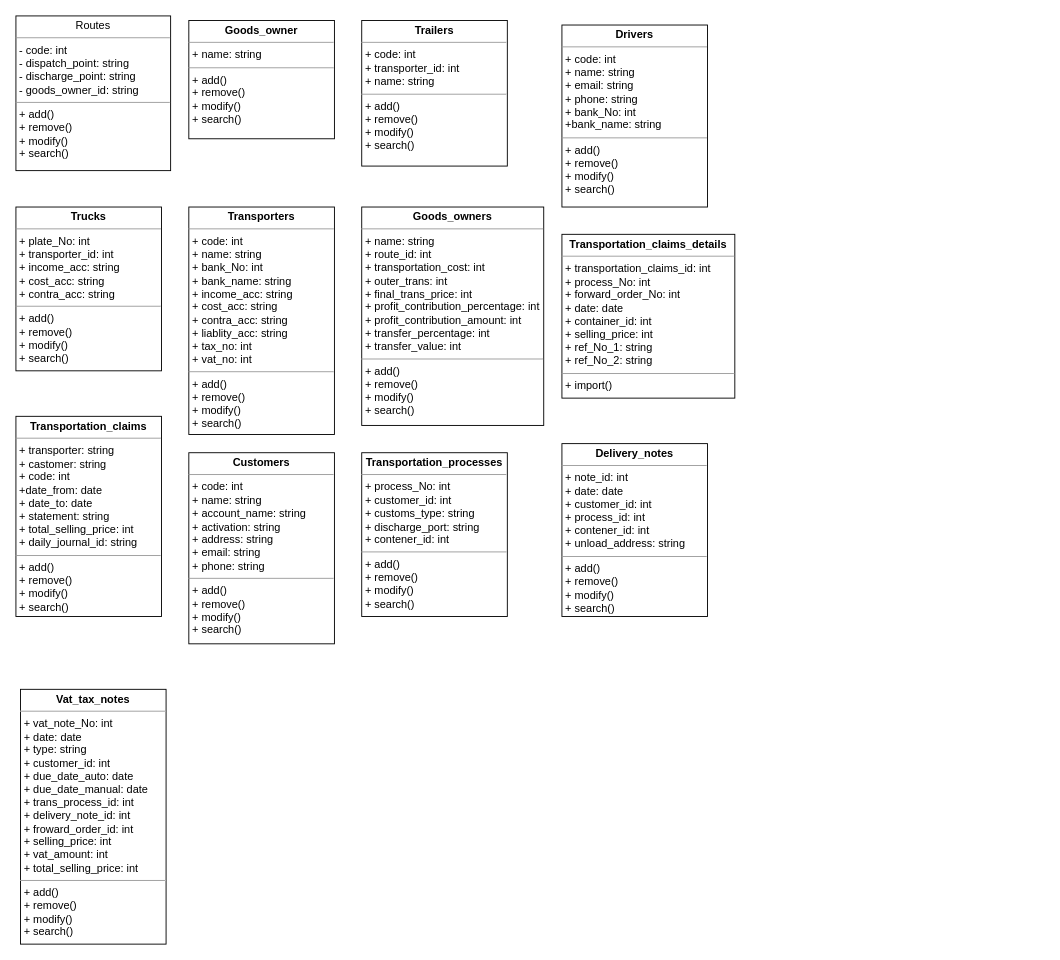
Before: class diagram.drawio in amrawni33/Transfer, a draw.io diagram. Source tidied: cells renumbered, new cells numbered last; positions are measured from the earlier drawing's top-left corner, leaving out a move shared by most shapes. Both pictures are drawn from the tidied source at 91%, with x=0, y=0 at pixel (15, 15).
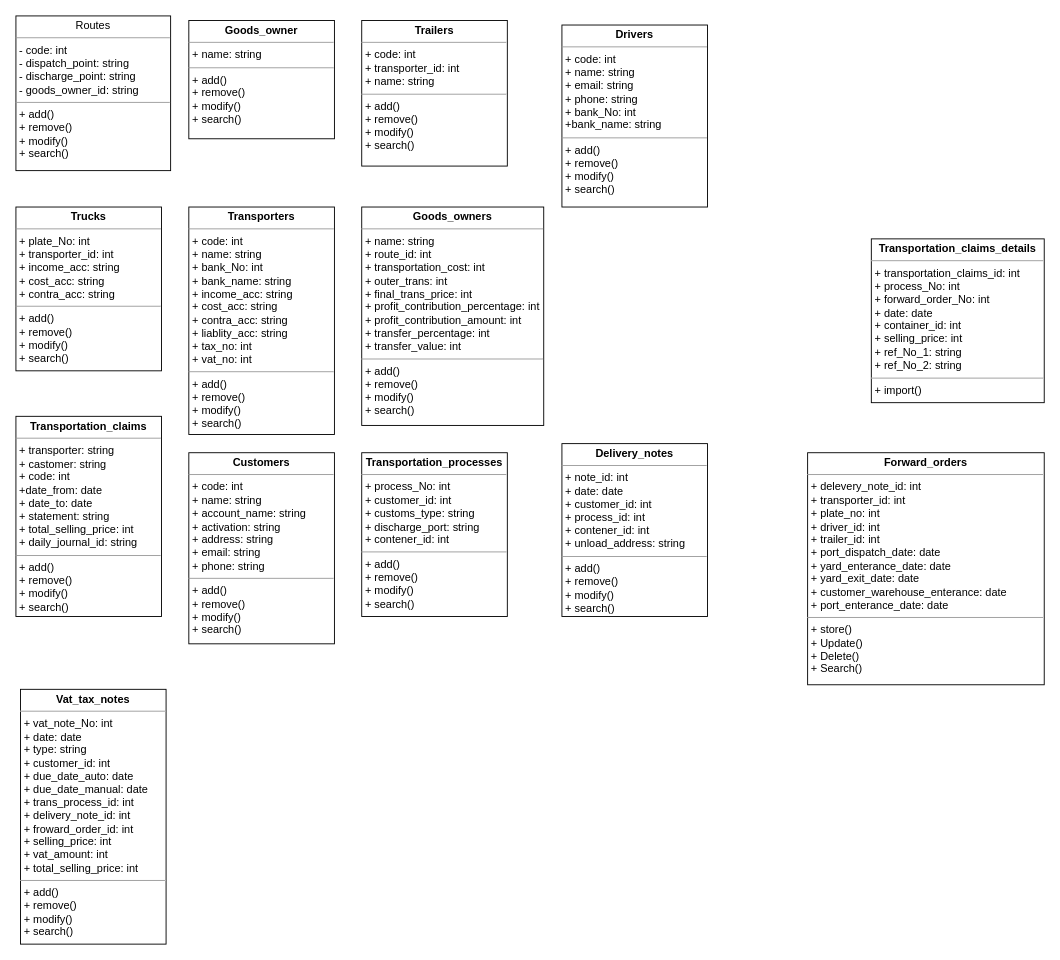
After the change.

Diff of the diagram source:
```diff
@@
 <mxGraphModel>
   <root>
     <mxCell id="0" />
     <mxCell id="1" parent="0" />
     <mxCell id="2" value="&lt;p style=&quot;margin:0px;margin-top:4px;text-align:center;&quot;&gt;Routes&lt;br&gt;&lt;/p&gt;&lt;hr size=&quot;1&quot;&gt;&lt;p style=&quot;margin:0px;margin-left:4px;&quot;&gt;- code: int&lt;/p&gt;&lt;p style=&quot;margin:0px;margin-left:4px;&quot;&gt;- dispatch_point: string&lt;/p&gt;&lt;p style=&quot;margin:0px;margin-left:4px;&quot;&gt;- discharge_point: string&lt;/p&gt;&lt;p style=&quot;margin:0px;margin-left:4px;&quot;&gt;- goods_owner_id: string&lt;/p&gt;&lt;hr size=&quot;1&quot;&gt;&lt;p style=&quot;margin:0px;margin-left:4px;&quot;&gt;+ add()&lt;/p&gt;&lt;p style=&quot;margin:0px;margin-left:4px;&quot;&gt;+ remove()&lt;/p&gt;&lt;p style=&quot;margin:0px;margin-left:4px;&quot;&gt;+ modify()&lt;/p&gt;&lt;p style=&quot;margin:0px;margin-left:4px;&quot;&gt;+ search()&lt;/p&gt;" style="verticalAlign=top;align=left;overflow=fill;fontSize=12;fontFamily=Helvetica;html=1;whiteSpace=wrap;" parent="1" vertex="1">
       <mxGeometry width="170" height="170" as="geometry" />
     </mxCell>
     <mxCell id="3" value="&lt;p style=&quot;margin:0px;margin-top:4px;text-align:center;&quot;&gt;&lt;b&gt;Goods_owner&lt;/b&gt;&lt;/p&gt;&lt;hr size=&quot;1&quot;&gt;&lt;p style=&quot;margin:0px;margin-left:4px;&quot;&gt;+ name: string&lt;/p&gt;&lt;hr size=&quot;1&quot;&gt;&lt;p style=&quot;margin:0px;margin-left:4px;&quot;&gt;+ add()&lt;/p&gt;&lt;p style=&quot;margin:0px;margin-left:4px;&quot;&gt;+ remove()&lt;/p&gt;&lt;p style=&quot;margin:0px;margin-left:4px;&quot;&gt;+ modify()&lt;/p&gt;&lt;p style=&quot;margin:0px;margin-left:4px;&quot;&gt;+ search()&lt;/p&gt;" style="verticalAlign=top;align=left;overflow=fill;fontSize=12;fontFamily=Helvetica;html=1;whiteSpace=wrap;" parent="1" vertex="1">
       <mxGeometry x="190" y="5" width="160" height="130" as="geometry" />
     </mxCell>
     <mxCell id="4" value="&lt;p style=&quot;margin:0px;margin-top:4px;text-align:center;&quot;&gt;&lt;b&gt;Trailers&lt;/b&gt;&lt;/p&gt;&lt;hr size=&quot;1&quot;&gt;&lt;p style=&quot;margin:0px;margin-left:4px;&quot;&gt;+ code: int&lt;/p&gt;&lt;p style=&quot;margin:0px;margin-left:4px;&quot;&gt;+ transporter_id: int&lt;/p&gt;&lt;p style=&quot;margin:0px;margin-left:4px;&quot;&gt;+ name: string&lt;/p&gt;&lt;hr size=&quot;1&quot;&gt;&lt;p style=&quot;margin:0px;margin-left:4px;&quot;&gt;+ add()&lt;/p&gt;&lt;p style=&quot;margin:0px;margin-left:4px;&quot;&gt;+ remove()&lt;/p&gt;&lt;p style=&quot;margin:0px;margin-left:4px;&quot;&gt;+ modify()&lt;/p&gt;&lt;p style=&quot;margin:0px;margin-left:4px;&quot;&gt;+ search()&lt;/p&gt;" style="verticalAlign=top;align=left;overflow=fill;fontSize=12;fontFamily=Helvetica;html=1;whiteSpace=wrap;" parent="1" vertex="1">
       <mxGeometry x="380" y="5" width="160" height="160" as="geometry" />
     </mxCell>
     <mxCell id="5" value="&lt;p style=&quot;margin:0px;margin-top:4px;text-align:center;&quot;&gt;&lt;b&gt;Drivers&lt;/b&gt;&lt;/p&gt;&lt;hr size=&quot;1&quot;&gt;&lt;p style=&quot;margin:0px;margin-left:4px;&quot;&gt;+ code: int&lt;/p&gt;&lt;p style=&quot;margin:0px;margin-left:4px;&quot;&gt;+ name: string&lt;/p&gt;&lt;p style=&quot;margin:0px;margin-left:4px;&quot;&gt;+ email: string&lt;/p&gt;&lt;p style=&quot;margin:0px;margin-left:4px;&quot;&gt;+ phone: string&lt;/p&gt;&lt;p style=&quot;margin:0px;margin-left:4px;&quot;&gt;+ bank_No: int&lt;/p&gt;&lt;p style=&quot;margin:0px;margin-left:4px;&quot;&gt;+bank_name: string&lt;/p&gt;&lt;hr size=&quot;1&quot;&gt;&lt;p style=&quot;border-color: var(--border-color); margin: 0px 0px 0px 4px;&quot;&gt;+ add()&lt;/p&gt;&lt;p style=&quot;border-color: var(--border-color); margin: 0px 0px 0px 4px;&quot;&gt;+ remove()&lt;/p&gt;&lt;p style=&quot;border-color: var(--border-color); margin: 0px 0px 0px 4px;&quot;&gt;+ modify()&lt;/p&gt;&lt;p style=&quot;border-color: var(--border-color); margin: 0px 0px 0px 4px;&quot;&gt;+ search()&lt;/p&gt;" style="verticalAlign=top;align=left;overflow=fill;fontSize=12;fontFamily=Helvetica;html=1;whiteSpace=wrap;" parent="1" vertex="1">
       <mxGeometry x="600" y="10" width="160" height="200" as="geometry" />
     </mxCell>
     <mxCell id="6" value="&lt;p style=&quot;margin:0px;margin-top:4px;text-align:center;&quot;&gt;&lt;b&gt;Trucks&lt;/b&gt;&lt;/p&gt;&lt;hr size=&quot;1&quot;&gt;&lt;p style=&quot;margin:0px;margin-left:4px;&quot;&gt;+ plate_No: int&lt;/p&gt;&lt;p style=&quot;margin:0px;margin-left:4px;&quot;&gt;+ transporter_id: int&lt;/p&gt;&lt;p style=&quot;margin:0px;margin-left:4px;&quot;&gt;+ income_acc: string&lt;/p&gt;&lt;p style=&quot;margin:0px;margin-left:4px;&quot;&gt;+ cost_acc: string&lt;/p&gt;&lt;p style=&quot;margin:0px;margin-left:4px;&quot;&gt;+ contra_acc: string&lt;/p&gt;&lt;hr size=&quot;1&quot;&gt;&lt;p style=&quot;border-color: var(--border-color); margin: 0px 0px 0px 4px;&quot;&gt;+ add()&lt;/p&gt;&lt;p style=&quot;border-color: var(--border-color); margin: 0px 0px 0px 4px;&quot;&gt;+ remove()&lt;/p&gt;&lt;p style=&quot;border-color: var(--border-color); margin: 0px 0px 0px 4px;&quot;&gt;+ modify()&lt;/p&gt;&lt;p style=&quot;border-color: var(--border-color); margin: 0px 0px 0px 4px;&quot;&gt;+ search()&lt;/p&gt;" style="verticalAlign=top;align=left;overflow=fill;fontSize=12;fontFamily=Helvetica;html=1;whiteSpace=wrap;" parent="1" vertex="1">
       <mxGeometry y="210" width="160" height="180" as="geometry" />
     </mxCell>
     <mxCell id="7" value="&lt;p style=&quot;margin:0px;margin-top:4px;text-align:center;&quot;&gt;&lt;b&gt;Transporters&lt;/b&gt;&lt;/p&gt;&lt;hr size=&quot;1&quot;&gt;&lt;p style=&quot;margin:0px;margin-left:4px;&quot;&gt;+ code: int&lt;/p&gt;&lt;p style=&quot;margin:0px;margin-left:4px;&quot;&gt;+ name: string&lt;/p&gt;&lt;p style=&quot;margin:0px;margin-left:4px;&quot;&gt;&lt;span style=&quot;background-color: initial;&quot;&gt;+ bank_No: int&lt;/span&gt;&lt;br&gt;&lt;/p&gt;&lt;p style=&quot;margin:0px;margin-left:4px;&quot;&gt;+ bank_name: string&lt;/p&gt;&lt;p style=&quot;border-color: var(--border-color); margin: 0px 0px 0px 4px;&quot;&gt;+ income_acc: string&lt;/p&gt;&lt;p style=&quot;border-color: var(--border-color); margin: 0px 0px 0px 4px;&quot;&gt;+ cost_acc: string&lt;/p&gt;&lt;p style=&quot;border-color: var(--border-color); margin: 0px 0px 0px 4px;&quot;&gt;+ contra_acc: string&lt;/p&gt;&lt;p style=&quot;border-color: var(--border-color); margin: 0px 0px 0px 4px;&quot;&gt;+ liablity_acc: string&lt;/p&gt;&lt;p style=&quot;border-color: var(--border-color); margin: 0px 0px 0px 4px;&quot;&gt;+ tax_no: int&lt;/p&gt;&lt;p style=&quot;border-color: var(--border-color); margin: 0px 0px 0px 4px;&quot;&gt;+ vat_no: int&lt;/p&gt;&lt;hr size=&quot;1&quot;&gt;&lt;p style=&quot;border-color: var(--border-color); margin: 0px 0px 0px 4px;&quot;&gt;+ add()&lt;/p&gt;&lt;p style=&quot;border-color: var(--border-color); margin: 0px 0px 0px 4px;&quot;&gt;+ remove()&lt;/p&gt;&lt;p style=&quot;border-color: var(--border-color); margin: 0px 0px 0px 4px;&quot;&gt;+ modify()&lt;/p&gt;&lt;p style=&quot;border-color: var(--border-color); margin: 0px 0px 0px 4px;&quot;&gt;+ search()&lt;/p&gt;" style="verticalAlign=top;align=left;overflow=fill;fontSize=12;fontFamily=Helvetica;html=1;whiteSpace=wrap;" parent="1" vertex="1">
       <mxGeometry x="190" y="210" width="160" height="250" as="geometry" />
     </mxCell>
     <mxCell id="8" value="&lt;p style=&quot;margin:0px;margin-top:4px;text-align:center;&quot;&gt;&lt;b&gt;Goods_owners&lt;/b&gt;&lt;/p&gt;&lt;hr size=&quot;1&quot;&gt;&lt;p style=&quot;margin:0px;margin-left:4px;&quot;&gt;+ name: string&lt;/p&gt;&lt;p style=&quot;margin:0px;margin-left:4px;&quot;&gt;+ route_id: int&lt;/p&gt;&lt;p style=&quot;margin:0px;margin-left:4px;&quot;&gt;+ transportation_cost: int&lt;/p&gt;&lt;p style=&quot;margin:0px;margin-left:4px;&quot;&gt;&lt;span style=&quot;background-color: initial;&quot;&gt;+ outer_trans: int&lt;/span&gt;&lt;br&gt;&lt;/p&gt;&lt;p style=&quot;margin:0px;margin-left:4px;&quot;&gt;+ final_trans_price: int&lt;/p&gt;&lt;p style=&quot;border-color: var(--border-color); margin: 0px 0px 0px 4px;&quot;&gt;+ profit_contribution_percentage: int&lt;/p&gt;&lt;p style=&quot;border-color: var(--border-color); margin: 0px 0px 0px 4px;&quot;&gt;+ profit_contribution_amount: int&lt;/p&gt;&lt;p style=&quot;border-color: var(--border-color); margin: 0px 0px 0px 4px;&quot;&gt;+ transfer_percentage: int&lt;/p&gt;&lt;p style=&quot;border-color: var(--border-color); margin: 0px 0px 0px 4px;&quot;&gt;+ transfer_value: int&lt;/p&gt;&lt;hr size=&quot;1&quot;&gt;&lt;p style=&quot;border-color: var(--border-color); margin: 0px 0px 0px 4px;&quot;&gt;+ add()&lt;/p&gt;&lt;p style=&quot;border-color: var(--border-color); margin: 0px 0px 0px 4px;&quot;&gt;+ remove()&lt;/p&gt;&lt;p style=&quot;border-color: var(--border-color); margin: 0px 0px 0px 4px;&quot;&gt;+ modify()&lt;/p&gt;&lt;p style=&quot;border-color: var(--border-color); margin: 0px 0px 0px 4px;&quot;&gt;+ search()&lt;/p&gt;" style="verticalAlign=top;align=left;overflow=fill;fontSize=12;fontFamily=Helvetica;html=1;whiteSpace=wrap;" parent="1" vertex="1">
       <mxGeometry x="380" y="210" width="200" height="240" as="geometry" />
     </mxCell>
     <mxCell id="9" value="&lt;p style=&quot;margin:0px;margin-top:4px;text-align:center;&quot;&gt;&lt;b&gt;Transportation_claims&lt;/b&gt;&lt;/p&gt;&lt;hr size=&quot;1&quot;&gt;&lt;p style=&quot;margin:0px;margin-left:4px;&quot;&gt;+ transporter: string&lt;/p&gt;&lt;p style=&quot;margin:0px;margin-left:4px;&quot;&gt;+ castomer: string&lt;/p&gt;&lt;p style=&quot;margin:0px;margin-left:4px;&quot;&gt;&lt;span style=&quot;background-color: initial;&quot;&gt;+ code: int&lt;/span&gt;&lt;br&gt;&lt;/p&gt;&lt;p style=&quot;margin:0px;margin-left:4px;&quot;&gt;+date_from: date&lt;/p&gt;&lt;p style=&quot;border-color: var(--border-color); margin: 0px 0px 0px 4px;&quot;&gt;+ date_to: date&lt;/p&gt;&lt;p style=&quot;border-color: var(--border-color); margin: 0px 0px 0px 4px;&quot;&gt;+ statement: string&lt;/p&gt;&lt;p style=&quot;border-color: var(--border-color); margin: 0px 0px 0px 4px;&quot;&gt;+ total_selling_price: int&lt;/p&gt;&lt;p style=&quot;border-color: var(--border-color); margin: 0px 0px 0px 4px;&quot;&gt;+ daily_journal_id: string&lt;/p&gt;&lt;hr size=&quot;1&quot;&gt;&lt;p style=&quot;border-color: var(--border-color); margin: 0px 0px 0px 4px;&quot;&gt;+ add()&lt;/p&gt;&lt;p style=&quot;border-color: var(--border-color); margin: 0px 0px 0px 4px;&quot;&gt;+ remove()&lt;/p&gt;&lt;p style=&quot;border-color: var(--border-color); margin: 0px 0px 0px 4px;&quot;&gt;+ modify()&lt;/p&gt;&lt;p style=&quot;border-color: var(--border-color); margin: 0px 0px 0px 4px;&quot;&gt;+ search()&lt;/p&gt;" style="verticalAlign=top;align=left;overflow=fill;fontSize=12;fontFamily=Helvetica;html=1;whiteSpace=wrap;" parent="1" vertex="1">
       <mxGeometry y="440" width="160" height="220" as="geometry" />
     </mxCell>
     <mxCell id="10" value="&lt;p style=&quot;margin:0px;margin-top:4px;text-align:center;&quot;&gt;&lt;b style=&quot;border-color: var(--border-color);&quot;&gt;Transportation_claims_details&lt;/b&gt;&lt;/p&gt;&lt;hr size=&quot;1&quot;&gt;&lt;p style=&quot;margin:0px;margin-left:4px;&quot;&gt;+ t&lt;span style=&quot;border-color: var(--border-color); text-align: center;&quot;&gt;ransportation_claims_id&lt;/span&gt;&lt;span style=&quot;background-color: initial;&quot;&gt;: int&lt;/span&gt;&lt;/p&gt;&lt;p style=&quot;margin:0px;margin-left:4px;&quot;&gt;+ process_No: int&lt;/p&gt;&lt;p style=&quot;margin:0px;margin-left:4px;&quot;&gt;&lt;span style=&quot;background-color: initial;&quot;&gt;+ forward_order_No: int&lt;/span&gt;&lt;br&gt;&lt;/p&gt;&lt;p style=&quot;margin:0px;margin-left:4px;&quot;&gt;+ date: date&lt;/p&gt;&lt;p style=&quot;border-color: var(--border-color); margin: 0px 0px 0px 4px;&quot;&gt;+ container_id: int&lt;/p&gt;&lt;p style=&quot;border-color: var(--border-color); margin: 0px 0px 0px 4px;&quot;&gt;+ selling_price: int&lt;/p&gt;&lt;p style=&quot;border-color: var(--border-color); margin: 0px 0px 0px 4px;&quot;&gt;+ ref_No_1: string&lt;/p&gt;&lt;p style=&quot;border-color: var(--border-color); margin: 0px 0px 0px 4px;&quot;&gt;+ ref_No_2: string&lt;/p&gt;&lt;hr size=&quot;1&quot;&gt;&lt;p style=&quot;border-color: var(--border-color); margin: 0px 0px 0px 4px;&quot;&gt;+ import()&lt;/p&gt;" style="verticalAlign=top;align=left;overflow=fill;fontSize=12;fontFamily=Helvetica;html=1;whiteSpace=wrap;" parent="1" vertex="1">
-      <mxGeometry x="600" y="240" width="190" height="180" as="geometry" />
+      <mxGeometry x="940" y="245" width="190" height="180" as="geometry" />
     </mxCell>
     <mxCell id="11" value="&lt;p style=&quot;margin:0px;margin-top:4px;text-align:center;&quot;&gt;&lt;b&gt;Customers&lt;/b&gt;&lt;/p&gt;&lt;hr size=&quot;1&quot;&gt;&lt;p style=&quot;margin:0px;margin-left:4px;&quot;&gt;+ code: int&lt;/p&gt;&lt;p style=&quot;margin:0px;margin-left:4px;&quot;&gt;+ name: string&lt;/p&gt;&lt;p style=&quot;margin:0px;margin-left:4px;&quot;&gt;&lt;span style=&quot;background-color: initial;&quot;&gt;+ account_name: string&lt;/span&gt;&lt;br&gt;&lt;/p&gt;&lt;p style=&quot;margin:0px;margin-left:4px;&quot;&gt;+ activation: string&lt;/p&gt;&lt;p style=&quot;border-color: var(--border-color); margin: 0px 0px 0px 4px;&quot;&gt;+ address: string&lt;/p&gt;&lt;p style=&quot;border-color: var(--border-color); margin: 0px 0px 0px 4px;&quot;&gt;+ email: string&lt;/p&gt;&lt;p style=&quot;border-color: var(--border-color); margin: 0px 0px 0px 4px;&quot;&gt;+ phone: string&lt;/p&gt;&lt;hr size=&quot;1&quot;&gt;&lt;p style=&quot;border-color: var(--border-color); margin: 0px 0px 0px 4px;&quot;&gt;+ add()&lt;/p&gt;&lt;p style=&quot;border-color: var(--border-color); margin: 0px 0px 0px 4px;&quot;&gt;+ remove()&lt;/p&gt;&lt;p style=&quot;border-color: var(--border-color); margin: 0px 0px 0px 4px;&quot;&gt;+ modify()&lt;/p&gt;&lt;p style=&quot;border-color: var(--border-color); margin: 0px 0px 0px 4px;&quot;&gt;+ search()&lt;/p&gt;" style="verticalAlign=top;align=left;overflow=fill;fontSize=12;fontFamily=Helvetica;html=1;whiteSpace=wrap;" parent="1" vertex="1">
       <mxGeometry x="190" y="480" width="160" height="210" as="geometry" />
     </mxCell>
     <mxCell id="12" value="&lt;p style=&quot;margin:0px;margin-top:4px;text-align:center;&quot;&gt;&lt;b&gt;Transportation_processes&lt;/b&gt;&lt;/p&gt;&lt;hr size=&quot;1&quot;&gt;&lt;p style=&quot;margin:0px;margin-left:4px;&quot;&gt;+ process_No: int&lt;/p&gt;&lt;p style=&quot;margin:0px;margin-left:4px;&quot;&gt;+ customer_id: int&lt;/p&gt;&lt;p style=&quot;margin:0px;margin-left:4px;&quot;&gt;&lt;span style=&quot;background-color: initial;&quot;&gt;+ customs_type: string&lt;/span&gt;&lt;br&gt;&lt;/p&gt;&lt;p style=&quot;margin:0px;margin-left:4px;&quot;&gt;+ discharge_port: string&lt;/p&gt;&lt;p style=&quot;border-color: var(--border-color); margin: 0px 0px 0px 4px;&quot;&gt;+ contener_id: int&lt;/p&gt;&lt;hr size=&quot;1&quot;&gt;&lt;p style=&quot;border-color: var(--border-color); margin: 0px 0px 0px 4px;&quot;&gt;+ add()&lt;/p&gt;&lt;p style=&quot;border-color: var(--border-color); margin: 0px 0px 0px 4px;&quot;&gt;+ remove()&lt;/p&gt;&lt;p style=&quot;border-color: var(--border-color); margin: 0px 0px 0px 4px;&quot;&gt;+ modify()&lt;/p&gt;&lt;p style=&quot;border-color: var(--border-color); margin: 0px 0px 0px 4px;&quot;&gt;+ search()&lt;/p&gt;" style="verticalAlign=top;align=left;overflow=fill;fontSize=12;fontFamily=Helvetica;html=1;whiteSpace=wrap;" parent="1" vertex="1">
       <mxGeometry x="380" y="480" width="160" height="180" as="geometry" />
     </mxCell>
     <mxCell id="13" value="&lt;p style=&quot;margin:0px;margin-top:4px;text-align:center;&quot;&gt;&lt;b&gt;Delivery_notes&lt;/b&gt;&lt;/p&gt;&lt;hr size=&quot;1&quot;&gt;&lt;p style=&quot;margin:0px;margin-left:4px;&quot;&gt;+ note_id: int&lt;/p&gt;&lt;p style=&quot;margin:0px;margin-left:4px;&quot;&gt;+ date: date&lt;/p&gt;&lt;p style=&quot;margin:0px;margin-left:4px;&quot;&gt;&lt;span style=&quot;background-color: initial;&quot;&gt;+ customer_id: int&lt;/span&gt;&lt;br&gt;&lt;/p&gt;&lt;p style=&quot;margin:0px;margin-left:4px;&quot;&gt;+ process_id: int&lt;/p&gt;&lt;p style=&quot;border-color: var(--border-color); margin: 0px 0px 0px 4px;&quot;&gt;+ contener_id: int&lt;/p&gt;&lt;p style=&quot;border-color: var(--border-color); margin: 0px 0px 0px 4px;&quot;&gt;+ unload_address: string&lt;/p&gt;&lt;hr size=&quot;1&quot;&gt;&lt;p style=&quot;border-color: var(--border-color); margin: 0px 0px 0px 4px;&quot;&gt;+ add()&lt;/p&gt;&lt;p style=&quot;border-color: var(--border-color); margin: 0px 0px 0px 4px;&quot;&gt;+ remove()&lt;/p&gt;&lt;p style=&quot;border-color: var(--border-color); margin: 0px 0px 0px 4px;&quot;&gt;+ modify()&lt;/p&gt;&lt;p style=&quot;border-color: var(--border-color); margin: 0px 0px 0px 4px;&quot;&gt;+ search()&lt;/p&gt;" style="verticalAlign=top;align=left;overflow=fill;fontSize=12;fontFamily=Helvetica;html=1;whiteSpace=wrap;" parent="1" vertex="1">
       <mxGeometry x="600" y="470" width="160" height="190" as="geometry" />
     </mxCell>
     <mxCell id="14" value="&lt;p style=&quot;margin:0px;margin-top:4px;text-align:center;&quot;&gt;&lt;b&gt;Vat_tax_notes&lt;/b&gt;&lt;/p&gt;&lt;hr size=&quot;1&quot;&gt;&lt;p style=&quot;margin:0px;margin-left:4px;&quot;&gt;+ vat_note_No: int&lt;/p&gt;&lt;p style=&quot;margin:0px;margin-left:4px;&quot;&gt;+ date: date&lt;/p&gt;&lt;p style=&quot;margin:0px;margin-left:4px;&quot;&gt;&lt;span style=&quot;background-color: initial;&quot;&gt;+ type: string&lt;/span&gt;&lt;br&gt;&lt;/p&gt;&lt;p style=&quot;margin:0px;margin-left:4px;&quot;&gt;+ customer_id: int&lt;/p&gt;&lt;p style=&quot;border-color: var(--border-color); margin: 0px 0px 0px 4px;&quot;&gt;+ due_date_auto: date&lt;/p&gt;&lt;p style=&quot;border-color: var(--border-color); margin: 0px 0px 0px 4px;&quot;&gt;+ due_date_manual: date&lt;/p&gt;&lt;p style=&quot;border-color: var(--border-color); margin: 0px 0px 0px 4px;&quot;&gt;+ trans_process_id: int&lt;/p&gt;&lt;p style=&quot;border-color: var(--border-color); margin: 0px 0px 0px 4px;&quot;&gt;+ delivery_note_id: int&lt;/p&gt;&lt;p style=&quot;border-color: var(--border-color); margin: 0px 0px 0px 4px;&quot;&gt;+ froward_order_id: int&lt;/p&gt;&lt;p style=&quot;border-color: var(--border-color); margin: 0px 0px 0px 4px;&quot;&gt;+ selling_price: int&lt;/p&gt;&lt;p style=&quot;border-color: var(--border-color); margin: 0px 0px 0px 4px;&quot;&gt;+ vat_amount: int&lt;/p&gt;&lt;p style=&quot;border-color: var(--border-color); margin: 0px 0px 0px 4px;&quot;&gt;+ total_selling_price: int&lt;/p&gt;&lt;hr size=&quot;1&quot;&gt;&lt;p style=&quot;border-color: var(--border-color); margin: 0px 0px 0px 4px;&quot;&gt;+ add()&lt;/p&gt;&lt;p style=&quot;border-color: var(--border-color); margin: 0px 0px 0px 4px;&quot;&gt;+ remove()&lt;/p&gt;&lt;p style=&quot;border-color: var(--border-color); margin: 0px 0px 0px 4px;&quot;&gt;+ modify()&lt;/p&gt;&lt;p style=&quot;border-color: var(--border-color); margin: 0px 0px 0px 4px;&quot;&gt;+ search()&lt;/p&gt;" style="verticalAlign=top;align=left;overflow=fill;fontSize=12;fontFamily=Helvetica;html=1;whiteSpace=wrap;" parent="1" vertex="1">
       <mxGeometry x="5" y="740" width="160" height="280" as="geometry" />
     </mxCell>
+    <mxCell id="15" value="&lt;p style=&quot;margin:0px;margin-top:4px;text-align:center;&quot;&gt;&lt;b&gt;Forward_orders&lt;/b&gt;&lt;/p&gt;&lt;hr size=&quot;1&quot;&gt;&lt;p style=&quot;margin:0px;margin-left:4px;&quot;&gt;+ delevery_note_id&lt;span style=&quot;background-color: initial;&quot;&gt;: int&lt;/span&gt;&lt;/p&gt;&lt;p style=&quot;margin:0px;margin-left:4px;&quot;&gt;+ transporter_id: int&lt;/p&gt;&lt;p style=&quot;margin:0px;margin-left:4px;&quot;&gt;&lt;span style=&quot;background-color: initial;&quot;&gt;+ plate_no: int&lt;/span&gt;&lt;br&gt;&lt;/p&gt;&lt;p style=&quot;margin:0px;margin-left:4px;&quot;&gt;+ driver_id: int&lt;/p&gt;&lt;p style=&quot;border-color: var(--border-color); margin: 0px 0px 0px 4px;&quot;&gt;+ trailer_id: int&lt;/p&gt;&lt;p style=&quot;border-color: var(--border-color); margin: 0px 0px 0px 4px;&quot;&gt;+ port_dispatch_date: date&lt;/p&gt;&lt;p style=&quot;border-color: var(--border-color); margin: 0px 0px 0px 4px;&quot;&gt;+ yard_enterance_date: date&lt;/p&gt;&lt;p style=&quot;border-color: var(--border-color); margin: 0px 0px 0px 4px;&quot;&gt;+ yard_exit_date: date&lt;/p&gt;&lt;p style=&quot;border-color: var(--border-color); margin: 0px 0px 0px 4px;&quot;&gt;+ customer_warehouse_enterance: date&lt;/p&gt;&lt;p style=&quot;border-color: var(--border-color); margin: 0px 0px 0px 4px;&quot;&gt;+ port_enterance_date: date&lt;/p&gt;&lt;hr size=&quot;1&quot;&gt;&lt;p style=&quot;border-color: var(--border-color); margin: 0px 0px 0px 4px;&quot;&gt;+ store()&lt;/p&gt;&lt;p style=&quot;border-color: var(--border-color); margin: 0px 0px 0px 4px;&quot;&gt;+ Update()&lt;br&gt;+ Delete()&lt;br&gt;+ Search()&lt;/p&gt;" style="verticalAlign=top;align=left;overflow=fill;fontSize=12;fontFamily=Helvetica;html=1;whiteSpace=wrap;" parent="1" vertex="1">
+      <mxGeometry x="870" y="480" width="260" height="255" as="geometry" />
+    </mxCell>
   </root>
 </mxGraphModel>
```
